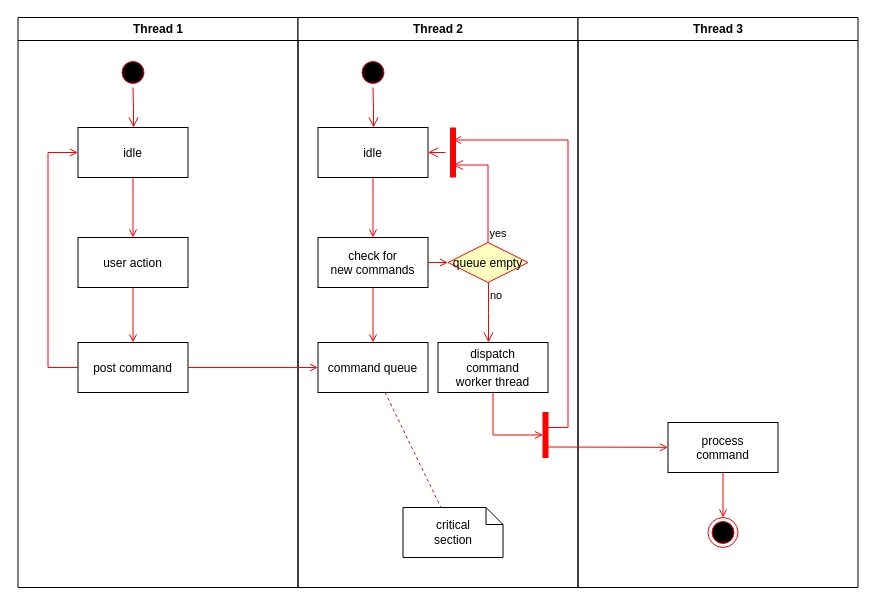
Earlier version of the draw.io diagram Diagrama sin título.drawio (cohet3/Diagramas). Source tidied: cells renumbered, new cells numbered last; positions are measured from the earlier drawing's top-left corner, leaving out a move shared by most shapes. Both pictures are drawn from the tidied source at 100%, with x=0, y=0 at pixel (17, 17).
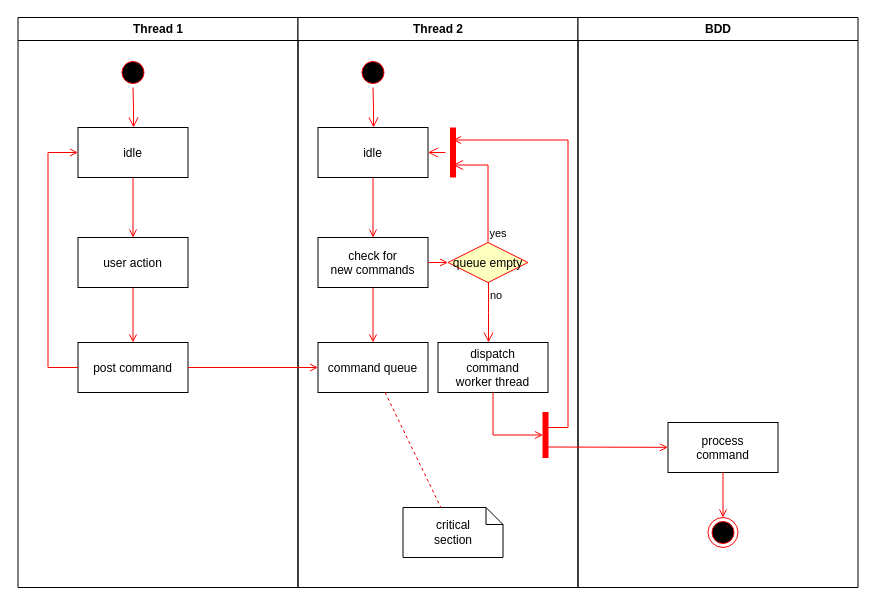
After the change.

The edit, as a diff of the source:
```diff
@@
-    <mxCell id="30" value="Thread 3" style="swimlane;whiteSpace=wrap;" parent="1" vertex="1">
+    <mxCell id="30" value="BDD" style="swimlane;whiteSpace=wrap;" parent="1" vertex="1">
       <mxGeometry x="560.5" width="280" height="570" as="geometry" />
     </mxCell>
```
